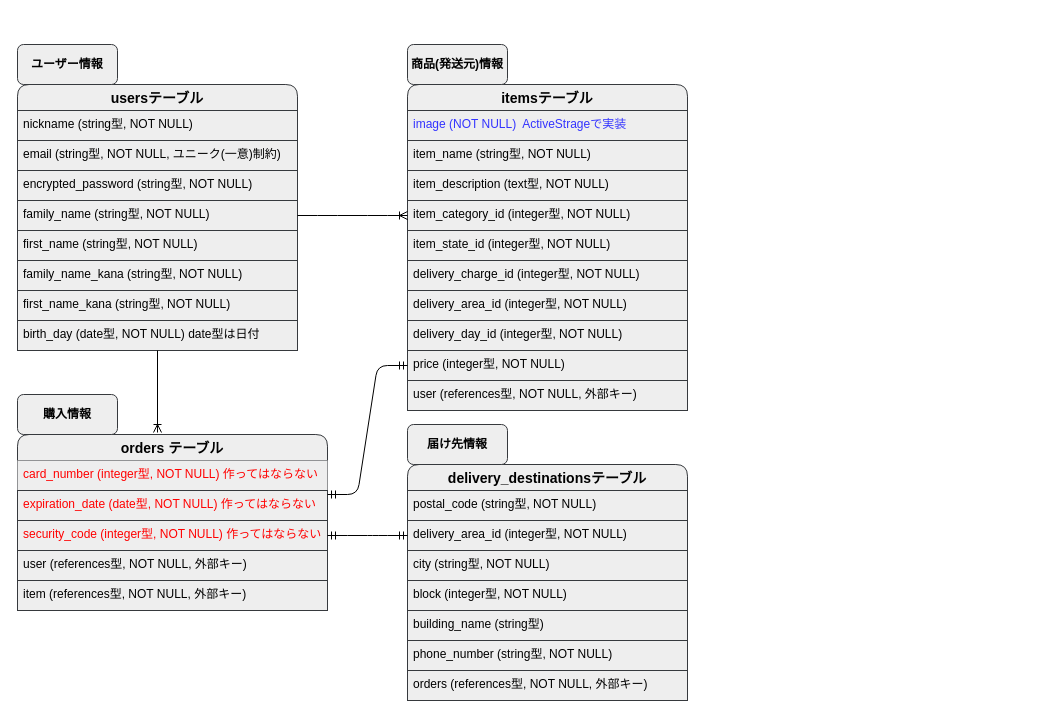
Before: ER図.dio in yoshitarotsuda/furima-37166, a draw.io diagram. Source tidied: cells renumbered, new cells numbered last; positions are measured from the earlier drawing's top-left corner, leaving out a move shared by most shapes. Both pictures are drawn from the tidied source at 100%, with x=0, y=0 at pixel (17, 44).
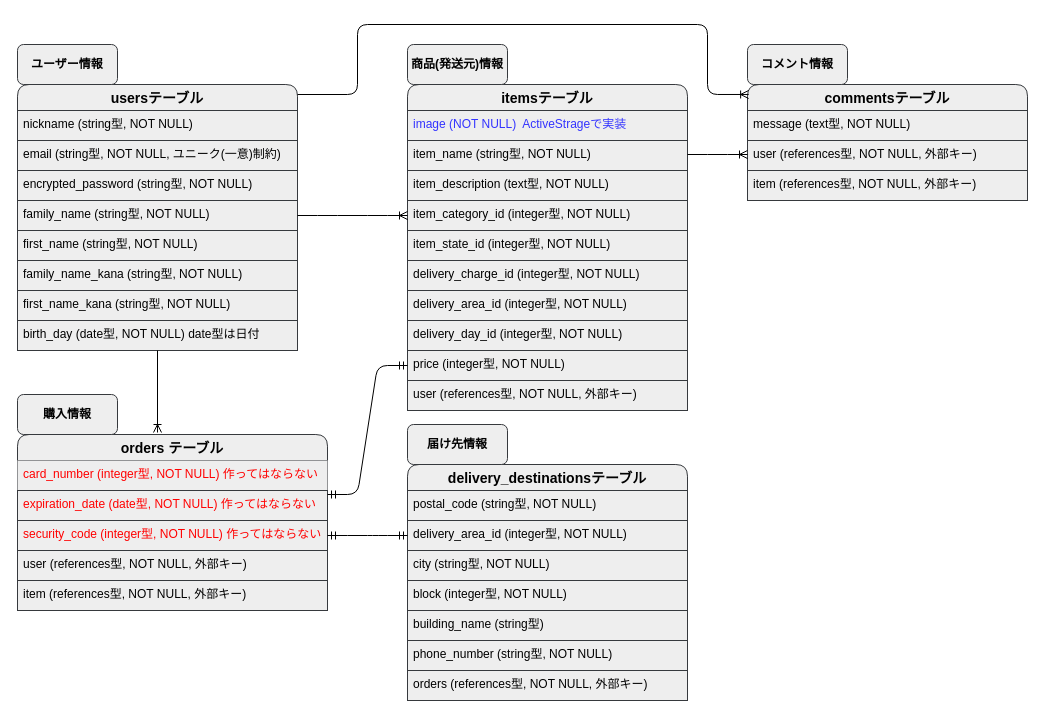
The same diagram, later.

Commit message (it also covers changes not shown here):
コメント機能実装にあたりER図修正

Change to the diagram source:
```diff
@@
+    <mxCell id="46" value="commentsテーブル" style="swimlane;fontStyle=1;horizontal=1;startSize=26;align=center;fontSize=14;rounded=1;labelBackgroundColor=none;fillColor=#eeeeee;strokeColor=#36393d;fontColor=#000000;" parent="1" vertex="1">
+      <mxGeometry x="730" y="40" width="280" height="116" as="geometry" />
+    </mxCell>
+    <mxCell id="47" value="message (text型, NOT NULL)" style="text;strokeColor=#36393d;fillColor=#eeeeee;spacingLeft=4;spacingRight=4;overflow=hidden;fontSize=12;fontColor=#000000;" parent="46" vertex="1">
+      <mxGeometry y="26" width="280" height="30" as="geometry" />
+    </mxCell>
+    <mxCell id="48" style="edgeStyle=orthogonalEdgeStyle;rounded=0;orthogonalLoop=1;jettySize=auto;html=1;exitX=1;exitY=0.5;exitDx=0;exitDy=0;" parent="46" edge="1">
+      <mxGeometry relative="1" as="geometry">
+        <mxPoint x="280" y="131" as="sourcePoint" />
+        <mxPoint x="280" y="131" as="targetPoint" />
+      </mxGeometry>
+    </mxCell>
+    <mxCell id="49" value="user (references型, NOT NULL, 外部キー)" style="text;strokeColor=#36393d;fillColor=#eeeeee;spacingLeft=4;spacingRight=4;overflow=hidden;fontSize=12;fontColor=#000000;" parent="46" vertex="1">
+      <mxGeometry y="56" width="280" height="30" as="geometry" />
+    </mxCell>
+    <mxCell id="50" value="item (references型, NOT NULL, 外部キー)" style="text;strokeColor=#36393d;fillColor=#eeeeee;spacingLeft=4;spacingRight=4;overflow=hidden;fontSize=12;fontColor=#000000;" parent="46" vertex="1">
+      <mxGeometry y="86" width="280" height="30" as="geometry" />
+    </mxCell>
+    <mxCell id="51" value="コメント情報" style="whiteSpace=wrap;html=1;align=center;rounded=1;glass=0;labelBackgroundColor=none;strokeColor=#36393d;fillColor=#eeeeee;fontColor=#000000;fontStyle=1;" parent="1" vertex="1">
+      <mxGeometry x="730" width="100" height="40" as="geometry" />
+    </mxCell>
+    <mxCell id="52" style="edgeStyle=orthogonalEdgeStyle;fontSize=12;html=1;endArrow=ERoneToMany;fontColor=#000000;entryX=0.004;entryY=0.086;entryDx=0;entryDy=0;exitX=1;exitY=0.5;exitDx=0;exitDy=0;entryPerimeter=0;" parent="1" edge="1" target="46">
+      <mxGeometry relative="1" as="geometry">
+        <mxPoint x="280" y="50" as="sourcePoint" />
+        <Array as="points">
+          <mxPoint x="340" y="50" />
+          <mxPoint x="340" y="-20" />
+          <mxPoint x="690" y="-20" />
+          <mxPoint x="690" y="50" />
+        </Array>
+      </mxGeometry>
+    </mxCell>
+    <mxCell id="53" style="edgeStyle=entityRelationEdgeStyle;fontSize=12;html=1;endArrow=ERoneToMany;fontColor=#000000;exitX=1;exitY=0.5;exitDx=0;exitDy=0;" parent="1" edge="1">
+      <mxGeometry relative="1" as="geometry">
+        <mxPoint x="670" y="110" as="sourcePoint" />
+        <mxPoint x="730" y="110" as="targetPoint" />
+      </mxGeometry>
+    </mxCell>
```
